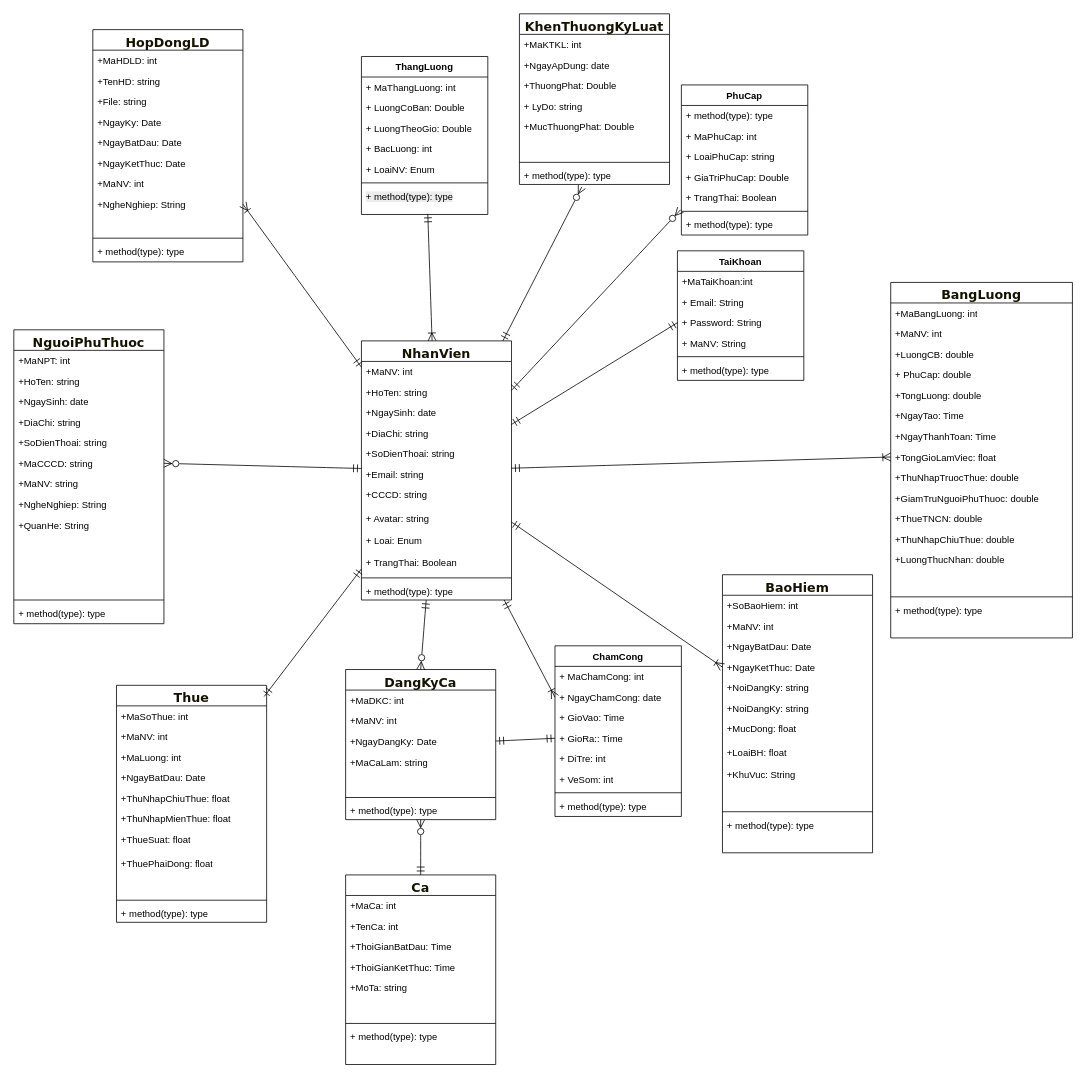
This is Biểu đồ không có tiêu đề.drawio from NguyenMint/LVTN, a draw.io file, before an edit. Source tidied: cells renumbered, new cells numbered last; positions are measured from the earlier drawing's top-left corner, leaving out a move shared by most shapes. Both pictures are drawn from the tidied source at 79%, with x=0, y=0 at pixel (13, 13).
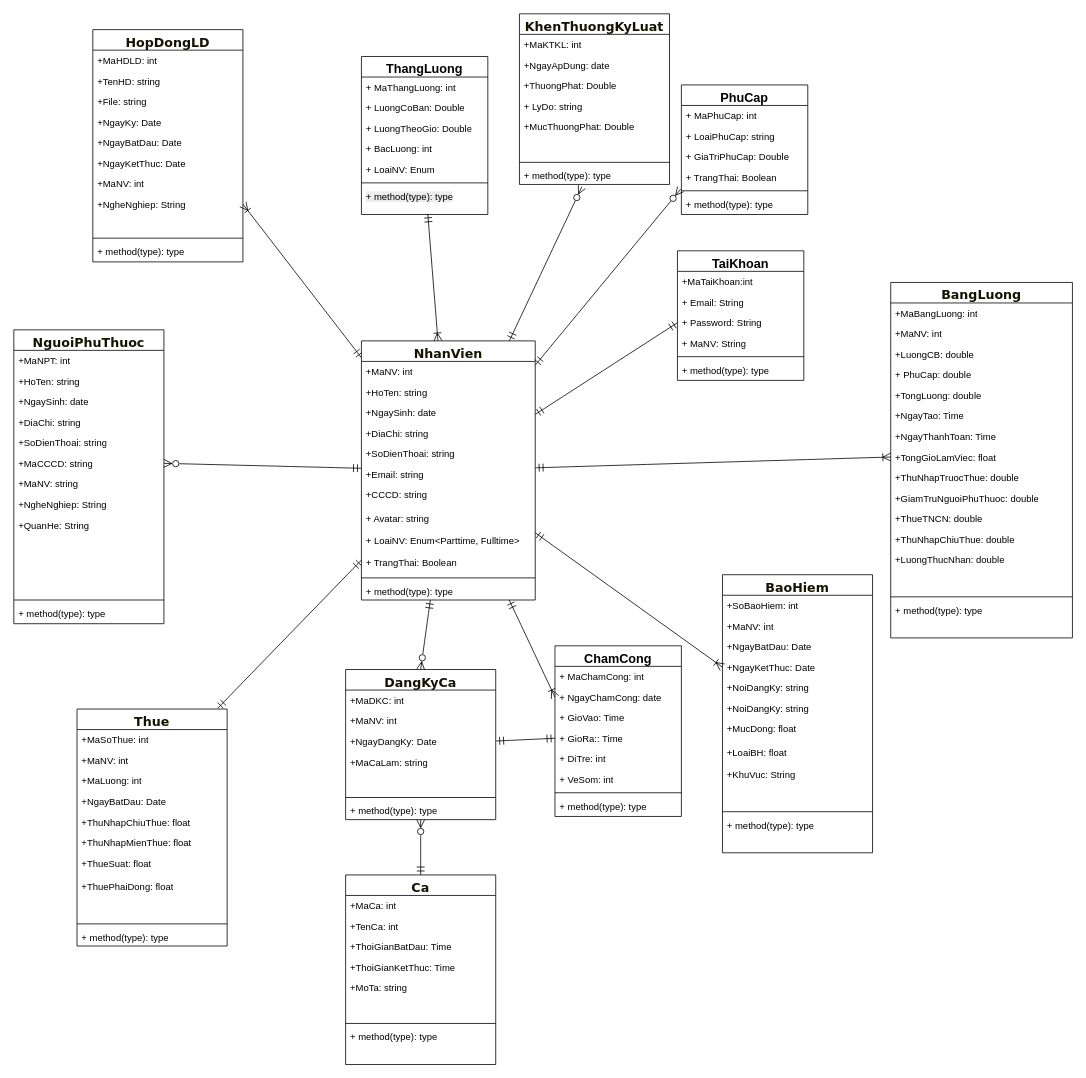
The same page after the edit.

Commit message:
Cập nhật Biểu đồ không có tiêu đề.drawio

Change to the diagram source:
```diff
@@
     <mxCell id="7" value="&lt;span style=&quot;color: rgb(19, 19, 0); font-family: &amp;quot;trebuchet ms&amp;quot;, verdana, arial, sans-serif; font-size: 16px; text-wrap-mode: nowrap;&quot;&gt;NhanVien&lt;/span&gt;" style="swimlane;fontStyle=1;align=center;verticalAlign=top;horizontal=1;startSize=26;whiteSpace=wrap;html=1;swimlaneLine=1;" parent="1" vertex="1">
-      <mxGeometry x="440" y="414" width="190" height="328" as="geometry" />
+      <mxGeometry x="440" y="414" width="220" height="328" as="geometry" />
     </mxCell>
     <mxCell id="8" value="+MaNV: int" style="text;strokeColor=none;fillColor=none;align=left;verticalAlign=top;spacingLeft=4;spacingRight=4;overflow=hidden;whiteSpace=wrap;html=1;" parent="7" vertex="1">
-      <mxGeometry y="26" width="190" height="26" as="geometry" />
+      <mxGeometry y="26" width="220" height="26" as="geometry" />
     </mxCell>
     <mxCell id="9" value="+HoTen: string" style="text;strokeColor=none;fillColor=none;align=left;verticalAlign=top;spacingLeft=4;spacingRight=4;overflow=hidden;whiteSpace=wrap;html=1;" parent="7" vertex="1">
-      <mxGeometry y="52" width="190" height="26" as="geometry" />
+      <mxGeometry y="52" width="220" height="26" as="geometry" />
     </mxCell>
     <mxCell id="10" value="+NgaySinh: date" style="text;strokeColor=none;fillColor=none;align=left;verticalAlign=top;spacingLeft=4;spacingRight=4;overflow=hidden;whiteSpace=wrap;html=1;" parent="7" vertex="1">
-      <mxGeometry y="78" width="190" height="26" as="geometry" />
+      <mxGeometry y="78" width="220" height="26" as="geometry" />
     </mxCell>
     <mxCell id="11" value="+DiaChi: string" style="text;strokeColor=none;fillColor=none;align=left;verticalAlign=top;spacingLeft=4;spacingRight=4;overflow=hidden;whiteSpace=wrap;html=1;" parent="7" vertex="1">
-      <mxGeometry y="104" width="190" height="26" as="geometry" />
+      <mxGeometry y="104" width="220" height="26" as="geometry" />
     </mxCell>
     <mxCell id="12" value="+SoDienThoai: string" style="text;strokeColor=none;fillColor=none;align=left;verticalAlign=top;spacingLeft=4;spacingRight=4;overflow=hidden;whiteSpace=wrap;html=1;" parent="7" vertex="1">
-      <mxGeometry y="130" width="190" height="26" as="geometry" />
+      <mxGeometry y="130" width="220" height="26" as="geometry" />
     </mxCell>
     <mxCell id="13" value="+Email: string" style="text;strokeColor=none;fillColor=none;align=left;verticalAlign=top;spacingLeft=4;spacingRight=4;overflow=hidden;whiteSpace=wrap;html=1;" parent="7" vertex="1">
-      <mxGeometry y="156" width="190" height="26" as="geometry" />
+      <mxGeometry y="156" width="220" height="26" as="geometry" />
     </mxCell>
     <mxCell id="14" value="+CCCD: string&lt;div&gt;&lt;br&gt;&lt;/div&gt;" style="text;strokeColor=none;fillColor=none;align=left;verticalAlign=top;spacingLeft=4;spacingRight=4;overflow=hidden;whiteSpace=wrap;html=1;" parent="7" vertex="1">
-      <mxGeometry y="182" width="190" height="30" as="geometry" />
+      <mxGeometry y="182" width="220" height="30" as="geometry" />
     </mxCell>
     <mxCell id="15" value="+ Avatar: string&lt;div&gt;&lt;br&gt;&lt;/div&gt;" style="text;strokeColor=none;fillColor=none;align=left;verticalAlign=top;spacingLeft=4;spacingRight=4;overflow=hidden;whiteSpace=wrap;html=1;" parent="7" vertex="1">
-      <mxGeometry y="212" width="190" height="28" as="geometry" />
+      <mxGeometry y="212" width="220" height="28" as="geometry" />
     </mxCell>
-    <mxCell id="16" value="+ Loai: Enum" style="text;strokeColor=none;fillColor=none;align=left;verticalAlign=top;spacingLeft=4;spacingRight=4;overflow=hidden;whiteSpace=wrap;html=1;" parent="7" vertex="1">
-      <mxGeometry y="240" width="190" height="28" as="geometry" />
+    <mxCell id="16" value="+ LoaiNV: Enum&amp;lt;Parttime, Fulltime&amp;gt;" style="text;strokeColor=none;fillColor=none;align=left;verticalAlign=top;spacingLeft=4;spacingRight=4;overflow=hidden;whiteSpace=wrap;html=1;" parent="7" vertex="1">
+      <mxGeometry y="240" width="220" height="28" as="geometry" />
     </mxCell>
     <mxCell id="17" value="+ TrangThai: Boolean" style="text;strokeColor=none;fillColor=none;align=left;verticalAlign=top;spacingLeft=4;spacingRight=4;overflow=hidden;whiteSpace=wrap;html=1;" parent="7" vertex="1">
-      <mxGeometry y="268" width="190" height="28" as="geometry" />
+      <mxGeometry y="268" width="220" height="28" as="geometry" />
     </mxCell>
     <mxCell id="18" style="line;strokeWidth=1;fillColor=none;align=left;verticalAlign=middle;spacingTop=-1;spacingLeft=3;spacingRight=3;labelPosition=right;strokeColor=inherit;" parent="7" vertex="1">
-      <mxGeometry y="296" width="190" height="8" as="geometry" />
+      <mxGeometry y="296" width="220" height="8" as="geometry" />
     </mxCell>
     <mxCell id="19" value="+ method(type): type" style="text;strokeColor=none;fillColor=none;align=left;verticalAlign=top;spacingLeft=4;spacingRight=4;overflow=hidden;whiteSpace=wrap;html=1;" parent="7" vertex="1">
-      <mxGeometry y="304" width="190" height="24" as="geometry" />
+      <mxGeometry y="304" width="220" height="24" as="geometry" />
     </mxCell>
@@
-    <mxCell id="56" value="PhuCap" style="swimlane;fontStyle=1;align=center;verticalAlign=top;horizontal=1;startSize=26;whiteSpace=wrap;html=1;" parent="1" vertex="1">
-      <mxGeometry x="845" y="90" width="160" height="190" as="geometry" />
+    <mxCell id="56" value="&lt;font style=&quot;font-size: 16px;&quot;&gt;PhuCap&lt;/font&gt;" style="swimlane;fontStyle=1;align=center;verticalAlign=top;horizontal=1;startSize=26;whiteSpace=wrap;html=1;" parent="1" vertex="1">
+      <mxGeometry x="845" y="90" width="160" height="164" as="geometry" />
     </mxCell>
-    <mxCell id="57" value="+ method(type): type" style="text;strokeColor=none;fillColor=none;align=left;verticalAlign=top;spacingLeft=4;spacingRight=4;overflow=hidden;whiteSpace=wrap;html=1;" parent="56" vertex="1">
-      <mxGeometry y="26" width="160" height="26" as="geometry" />
-    </mxCell>
     <mxCell id="58" value="+ MaPhuCap: int" style="text;strokeColor=none;fillColor=none;align=left;verticalAlign=top;spacingLeft=4;spacingRight=4;overflow=hidden;whiteSpace=wrap;html=1;" parent="56" vertex="1">
-      <mxGeometry y="52" width="160" height="26" as="geometry" />
+      <mxGeometry y="26" width="160" height="26" as="geometry" />
     </mxCell>
     <mxCell id="59" value="+ LoaiPhuCap: string&lt;div&gt;&lt;br&gt;&lt;/div&gt;" style="text;strokeColor=none;fillColor=none;align=left;verticalAlign=top;spacingLeft=4;spacingRight=4;overflow=hidden;whiteSpace=wrap;html=1;" parent="56" vertex="1">
-      <mxGeometry y="78" width="160" height="26" as="geometry" />
+      <mxGeometry y="52" width="160" height="26" as="geometry" />
     </mxCell>
     <mxCell id="60" value="+ GiaTriPhuCap: Double" style="text;strokeColor=none;fillColor=none;align=left;verticalAlign=top;spacingLeft=4;spacingRight=4;overflow=hidden;whiteSpace=wrap;html=1;" parent="56" vertex="1">
-      <mxGeometry y="104" width="160" height="26" as="geometry" />
+      <mxGeometry y="78" width="160" height="26" as="geometry" />
     </mxCell>
     <mxCell id="61" value="+ TrangThai: Boolean" style="text;strokeColor=none;fillColor=none;align=left;verticalAlign=top;spacingLeft=4;spacingRight=4;overflow=hidden;points=[[0,0.5],[1,0.5]];portConstraint=eastwest;whiteSpace=wrap;html=1;" parent="56" vertex="1">
-      <mxGeometry y="130" width="160" height="26" as="geometry" />
+      <mxGeometry y="104" width="160" height="26" as="geometry" />
     </mxCell>
     <mxCell id="62" style="line;strokeWidth=1;fillColor=none;align=left;verticalAlign=middle;spacingTop=-1;spacingLeft=3;spacingRight=3;labelPosition=right;strokeColor=inherit;" parent="56" vertex="1">
-      <mxGeometry y="156" width="160" height="8" as="geometry" />
+      <mxGeometry y="130" width="160" height="8" as="geometry" />
     </mxCell>
     <mxCell id="63" value="+ method(type): type" style="text;strokeColor=none;fillColor=none;align=left;verticalAlign=top;spacingLeft=4;spacingRight=4;overflow=hidden;whiteSpace=wrap;html=1;" parent="56" vertex="1">
-      <mxGeometry y="164" width="160" height="26" as="geometry" />
+      <mxGeometry y="138" width="160" height="26" as="geometry" />
     </mxCell>
-    <mxCell id="64" value="ThangLuong" style="swimlane;fontStyle=1;align=center;verticalAlign=top;horizontal=1;startSize=26;whiteSpace=wrap;html=1;" parent="1" vertex="1">
+    <mxCell id="64" value="&lt;font style=&quot;font-size: 16px;&quot;&gt;ThangLuong&lt;/font&gt;" style="swimlane;fontStyle=1;align=center;verticalAlign=top;horizontal=1;startSize=26;whiteSpace=wrap;html=1;" parent="1" vertex="1">
       <mxGeometry x="440" y="54" width="160" height="200" as="geometry" />
     </mxCell>
@@
     <mxCell id="72" value="&lt;span style=&quot;color: rgb(19, 19, 0); font-family: &amp;quot;trebuchet ms&amp;quot;, verdana, arial, sans-serif; font-size: 16px; text-wrap-mode: nowrap;&quot;&gt;Thue&lt;/span&gt;" style="swimlane;fontStyle=1;align=center;verticalAlign=top;horizontal=1;startSize=26;whiteSpace=wrap;html=1;" parent="1" vertex="1">
-      <mxGeometry x="130" y="850" width="190" height="300" as="geometry" />
+      <mxGeometry x="80" y="880" width="190" height="300" as="geometry" />
     </mxCell>
@@
-    <mxCell id="136" value="ChamCong" style="swimlane;fontStyle=1;align=center;verticalAlign=top;horizontal=1;startSize=26;whiteSpace=wrap;html=1;" parent="1" vertex="1">
+    <mxCell id="136" value="&lt;font style=&quot;font-size: 16px;&quot;&gt;ChamCong&lt;/font&gt;" style="swimlane;fontStyle=1;align=center;verticalAlign=top;horizontal=1;startSize=26;whiteSpace=wrap;html=1;" parent="1" vertex="1">
       <mxGeometry x="685" y="800" width="160" height="216" as="geometry" />
     </mxCell>
@@
-    <mxCell id="145" value="TaiKhoan" style="swimlane;fontStyle=1;align=center;verticalAlign=top;horizontal=1;startSize=26;whiteSpace=wrap;html=1;" parent="1" vertex="1">
+    <mxCell id="145" value="&lt;font style=&quot;font-size: 16px;&quot;&gt;TaiKhoan&lt;/font&gt;" style="swimlane;fontStyle=1;align=center;verticalAlign=top;horizontal=1;startSize=26;whiteSpace=wrap;html=1;" parent="1" vertex="1">
       <mxGeometry x="840" y="300" width="160" height="164" as="geometry" />
     </mxCell>
@@
-    <mxCell id="157" style="edgeStyle=none;curved=1;rounded=0;jettySize=auto;html=1;entryX=0.984;entryY=0.047;entryDx=0;entryDy=0;entryPerimeter=0;fontSize=12;startSize=8;endSize=8;endArrow=ERmandOne;endFill=0;startArrow=ERmandOne;startFill=0;" parent="1" edge="1" source="7" target="72">
+    <mxCell id="157" style="edgeStyle=none;curved=1;rounded=0;jettySize=auto;html=1;entryX=0.937;entryY=-0.003;entryDx=0;entryDy=0;entryPerimeter=0;fontSize=12;startSize=8;endSize=8;endArrow=ERmandOne;endFill=0;startArrow=ERmandOne;startFill=0;" parent="1" edge="1" source="7" target="72">
       <mxGeometry relative="1" as="geometry" />
     </mxCell>
```
